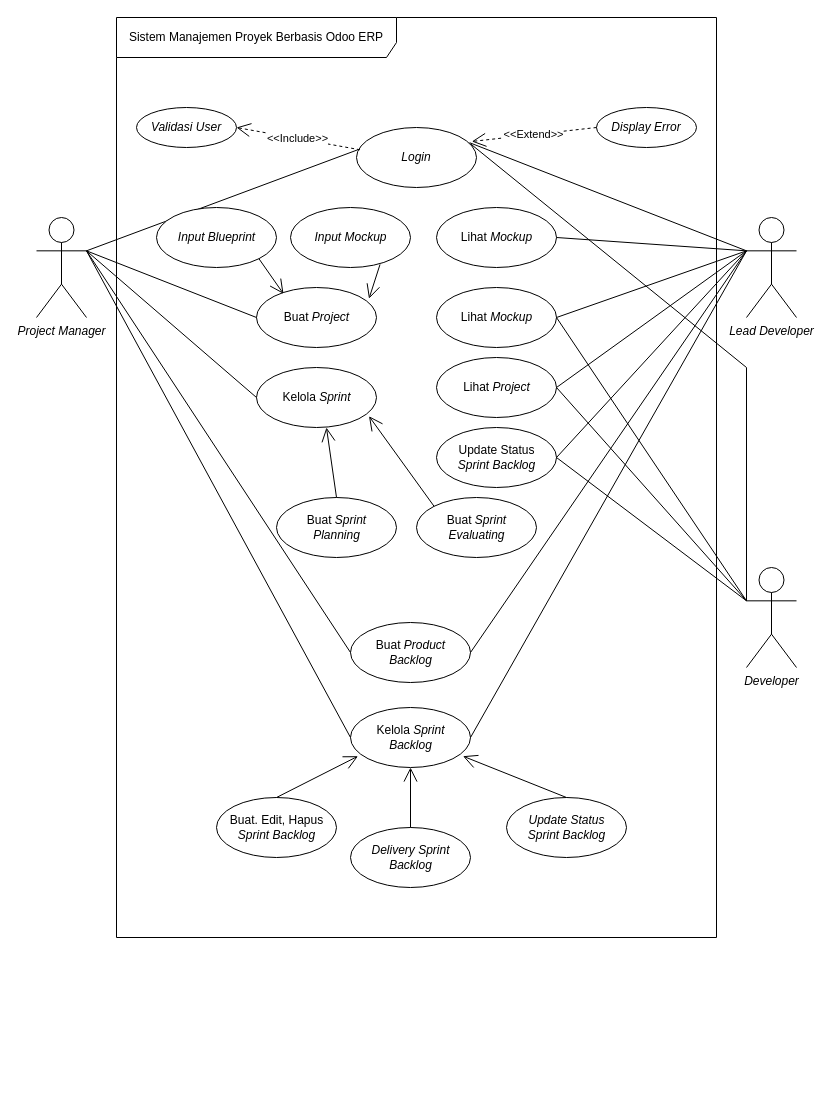
The draw.io diagram Diagram Tanpa Judul.drawio in raldawiyahh/alda-resolusi, before the edit. Source tidied: cells renumbered, new cells numbered last; positions are measured from the earlier drawing's top-left corner, leaving out a move shared by most shapes. Both pictures are drawn from the tidied source at 100%, with x=0, y=0 at pixel (36, 17).
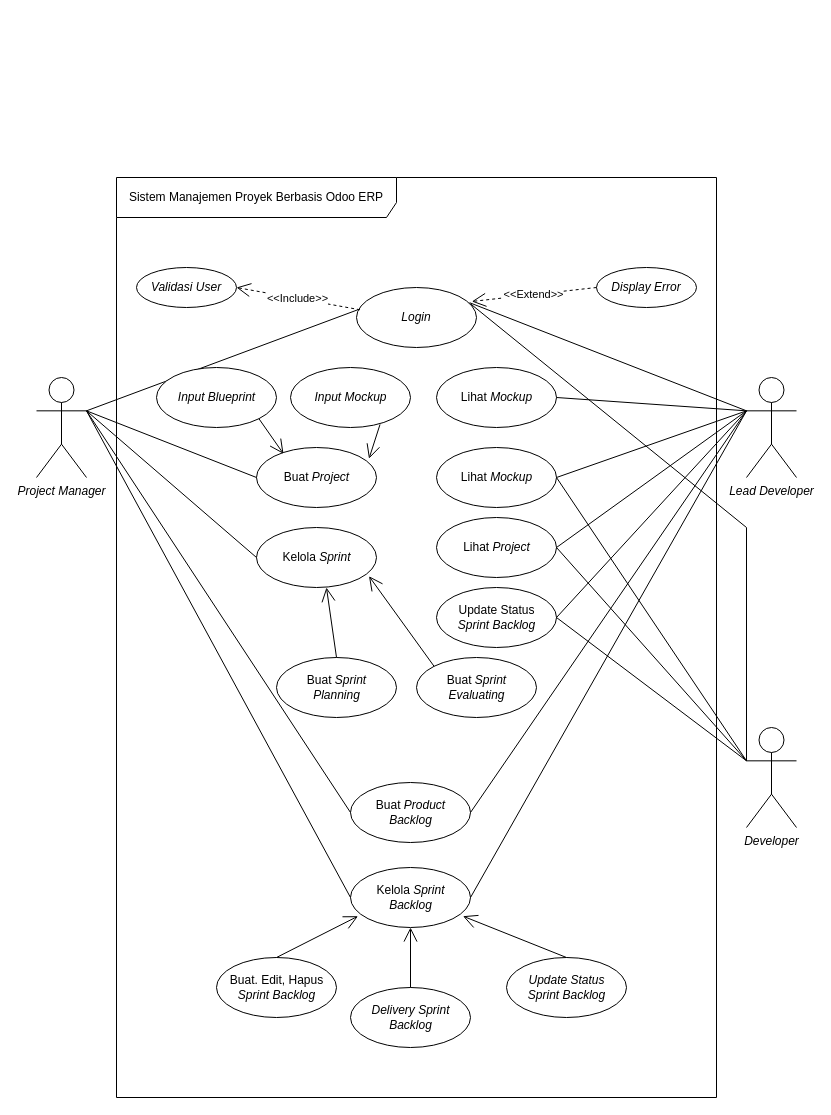
Above is the later version.

Commit message:
Use Case Manajemen Proyek Fiks.drawio

Unchanged cells that the change refers to:
```xml
<mxCell id="4" style="ellipse;whiteSpace=wrap;html=1;" parent="3" vertex="1">
  <mxGeometry width="120" height="60" as="geometry" />
</mxCell>
<mxCell id="5" value="Kelola &lt;i&gt;Sprint&lt;/i&gt;" style="text;html=1;strokeColor=none;fillColor=none;align=center;verticalAlign=middle;whiteSpace=wrap;rounded=0;" parent="3" vertex="1">
  <mxGeometry x="7.5" y="11.2" width="105" height="37.5" as="geometry" />
</mxCell>
<mxCell id="7" style="ellipse;whiteSpace=wrap;html=1;" parent="6" vertex="1">
  <mxGeometry width="120" height="60" as="geometry" />
</mxCell>
<mxCell id="10" style="ellipse;whiteSpace=wrap;html=1;" parent="9" vertex="1">
  <mxGeometry width="120" height="60" as="geometry" />
</mxCell>
<mxCell id="11" value="Kelola &lt;i&gt;Sprint Backlog&lt;/i&gt;" style="text;html=1;strokeColor=none;fillColor=none;align=center;verticalAlign=middle;whiteSpace=wrap;rounded=0;" parent="9" vertex="1">
  <mxGeometry x="7.5" y="11.2" width="105" height="37.5" as="geometry" />
</mxCell>
<mxCell id="13" style="ellipse;whiteSpace=wrap;html=1;" parent="12" vertex="1">
  <mxGeometry width="120" height="60" as="geometry" />
</mxCell>
<mxCell id="14" value="Buat &lt;i&gt;Project&lt;/i&gt;" style="text;html=1;strokeColor=none;fillColor=none;align=center;verticalAlign=middle;whiteSpace=wrap;rounded=0;" parent="12" vertex="1">
  <mxGeometry x="7.5" y="11.2" width="105" height="37.5" as="geometry" />
</mxCell>
<mxCell id="32" style="ellipse;whiteSpace=wrap;html=1;" parent="31" vertex="1">
  <mxGeometry width="120" height="60" as="geometry" />
</mxCell>
<mxCell id="37" style="ellipse;whiteSpace=wrap;html=1;" parent="36" vertex="1">
  <mxGeometry width="120" height="60" as="geometry" />
</mxCell>
<mxCell id="41" style="ellipse;whiteSpace=wrap;html=1;" parent="40" vertex="1">
  <mxGeometry width="120" height="60" as="geometry" />
</mxCell>
<mxCell id="45" style="ellipse;whiteSpace=wrap;html=1;" parent="44" vertex="1">
  <mxGeometry width="120" height="60" as="geometry" />
</mxCell>
<mxCell id="49" style="ellipse;whiteSpace=wrap;html=1;" parent="48" vertex="1">
  <mxGeometry width="120" height="60" as="geometry" />
</mxCell>
<mxCell id="53" style="ellipse;whiteSpace=wrap;html=1;" parent="52" vertex="1">
  <mxGeometry width="120" height="60" as="geometry" />
</mxCell>
<mxCell id="56" style="ellipse;whiteSpace=wrap;html=1;" parent="55" vertex="1">
  <mxGeometry width="120" height="60" as="geometry" />
</mxCell>
<mxCell id="61" style="ellipse;whiteSpace=wrap;html=1;" parent="60" vertex="1">
  <mxGeometry width="120" height="60" as="geometry" />
</mxCell>
<mxCell id="64" style="ellipse;whiteSpace=wrap;html=1;" parent="63" vertex="1">
  <mxGeometry width="120" height="60" as="geometry" />
</mxCell>
<mxCell id="69" style="ellipse;whiteSpace=wrap;html=1;" parent="68" vertex="1">
  <mxGeometry width="120" height="60" as="geometry" />
</mxCell>
<mxCell id="74" style="ellipse;whiteSpace=wrap;html=1;" parent="73" vertex="1">
  <mxGeometry width="120" height="60" as="geometry" />
</mxCell>
```

Diff of the diagram source:
```diff
@@
+    <mxCell id="79" style="group;" parent="1" vertex="1">
+      <mxGeometry y="160" width="760" height="920" as="geometry" />
+    </mxCell>
-    <mxCell id="2" value="&lt;i&gt;Project Manager&lt;/i&gt;" style="shape=umlActor;verticalLabelPosition=bottom;verticalAlign=top;html=1;outlineConnect=0;" parent="1" vertex="1">
+    <mxCell id="2" value="&lt;i&gt;Project Manager&lt;/i&gt;" style="shape=umlActor;verticalLabelPosition=bottom;verticalAlign=top;html=1;outlineConnect=0;" parent="79" vertex="1">
       <mxGeometry y="200" width="50" height="100" as="geometry" />
     </mxCell>
-    <mxCell id="3" style="group;" parent="1" vertex="1">
+    <mxCell id="3" style="group;" parent="79" vertex="1">
       <mxGeometry x="220" y="350" width="120" height="60" as="geometry" />
     </mxCell>
@@
-    <mxCell id="6" style="group;" parent="1" vertex="1">
+    <mxCell id="6" style="group;" parent="79" vertex="1">
       <mxGeometry x="314" y="605" width="120" height="60" as="geometry" />
     </mxCell>
@@
-    <mxCell id="9" style="group;" parent="1" vertex="1">
+    <mxCell id="9" style="group;" parent="79" vertex="1">
       <mxGeometry x="314" y="690" width="120" height="60" as="geometry" />
     </mxCell>
@@
-    <mxCell id="12" style="group;" parent="1" vertex="1">
+    <mxCell id="12" style="group;" parent="79" vertex="1">
       <mxGeometry x="220" y="270" width="120" height="60" as="geometry" />
     </mxCell>
@@
-    <mxCell id="15" value="&lt;i&gt;Login&lt;/i&gt;" style="ellipse;whiteSpace=wrap;html=1;" parent="1" vertex="1">
+    <mxCell id="15" value="&lt;i&gt;Login&lt;/i&gt;" style="ellipse;whiteSpace=wrap;html=1;" parent="79" vertex="1">
       <mxGeometry x="320" y="110" width="120" height="60" as="geometry" />
     </mxCell>
-    <mxCell id="16" value="&lt;i&gt;Lead Developer&lt;br&gt;&lt;/i&gt;" style="shape=umlActor;verticalLabelPosition=bottom;verticalAlign=top;html=1;outlineConnect=0;" parent="1" vertex="1">
+    <mxCell id="16" value="&lt;i&gt;Lead Developer&lt;br&gt;&lt;/i&gt;" style="shape=umlActor;verticalLabelPosition=bottom;verticalAlign=top;html=1;outlineConnect=0;" parent="79" vertex="1">
       <mxGeometry x="710" y="200" width="50" height="100" as="geometry" />
     </mxCell>
-    <mxCell id="17" value="&lt;i&gt;Developer&lt;br&gt;&lt;/i&gt;" style="shape=umlActor;verticalLabelPosition=bottom;verticalAlign=top;html=1;outlineConnect=0;" parent="1" vertex="1">
+    <mxCell id="17" value="&lt;i&gt;Developer&lt;br&gt;&lt;/i&gt;" style="shape=umlActor;verticalLabelPosition=bottom;verticalAlign=top;html=1;outlineConnect=0;" parent="79" vertex="1">
       <mxGeometry x="710" y="550" width="50" height="100" as="geometry" />
     </mxCell>
-    <mxCell id="18" style="endArrow=none;html=1;rounded=0;exitX=1;exitY=0.3333333333333333;exitDx=0;exitDy=0;exitPerimeter=0;entryX=0;entryY=0.5;entryDx=0;entryDy=0;" parent="1" edge="1" source="2" target="13">
+    <mxCell id="18" style="endArrow=none;html=1;rounded=0;exitX=1;exitY=0.3333333333333333;exitDx=0;exitDy=0;exitPerimeter=0;entryX=0;entryY=0.5;entryDx=0;entryDy=0;" parent="79" edge="1" source="2" target="13">
       <mxGeometry relative="1" as="geometry" />
     </mxCell>
-    <mxCell id="19" style="endArrow=none;html=1;rounded=0;exitX=1;exitY=0.3333333333333333;exitDx=0;exitDy=0;exitPerimeter=0;entryX=0;entryY=0.5;entryDx=0;entryDy=0;" parent="1" edge="1" source="2" target="4">
+    <mxCell id="19" style="endArrow=none;html=1;rounded=0;exitX=1;exitY=0.3333333333333333;exitDx=0;exitDy=0;exitPerimeter=0;entryX=0;entryY=0.5;entryDx=0;entryDy=0;" parent="79" edge="1" source="2" target="4">
       <mxGeometry relative="1" as="geometry" />
     </mxCell>
-    <mxCell id="20" style="endArrow=none;html=1;rounded=0;exitX=1;exitY=0.3333333333333333;exitDx=0;exitDy=0;exitPerimeter=0;entryX=0;entryY=0.5;entryDx=0;entryDy=0;" parent="1" edge="1" source="2" target="7">
+    <mxCell id="20" style="endArrow=none;html=1;rounded=0;exitX=1;exitY=0.3333333333333333;exitDx=0;exitDy=0;exitPerimeter=0;entryX=0;entryY=0.5;entryDx=0;entryDy=0;" parent="79" edge="1" source="2" target="7">
       <mxGeometry relative="1" as="geometry" />
     </mxCell>
-    <mxCell id="21" style="endArrow=none;html=1;rounded=0;exitX=1;exitY=0.3333333333333333;exitDx=0;exitDy=0;exitPerimeter=0;entryX=0;entryY=0.5;entryDx=0;entryDy=0;" parent="1" edge="1" source="2" target="10">
+    <mxCell id="21" style="endArrow=none;html=1;rounded=0;exitX=1;exitY=0.3333333333333333;exitDx=0;exitDy=0;exitPerimeter=0;entryX=0;entryY=0.5;entryDx=0;entryDy=0;" parent="79" edge="1" source="2" target="10">
       <mxGeometry relative="1" as="geometry" />
     </mxCell>
-    <mxCell id="22" style="endArrow=none;html=1;rounded=0;exitX=1;exitY=0.3333333333333333;exitDx=0;exitDy=0;exitPerimeter=0;entryX=0.011;entryY=0.371;entryDx=0;entryDy=0;entryPerimeter=0;" parent="1" edge="1" source="2" target="15">
+    <mxCell id="22" style="endArrow=none;html=1;rounded=0;exitX=1;exitY=0.3333333333333333;exitDx=0;exitDy=0;exitPerimeter=0;entryX=0.011;entryY=0.371;entryDx=0;entryDy=0;entryPerimeter=0;" parent="79" edge="1" source="2" target="15">
       <mxGeometry relative="1" as="geometry" />
     </mxCell>
-    <mxCell id="23" style="endArrow=none;html=1;rounded=0;exitX=0;exitY=0.3333333333333333;exitDx=0;exitDy=0;exitPerimeter=0;entryX=0.942;entryY=0.253;entryDx=0;entryDy=0;entryPerimeter=0;" parent="1" edge="1" source="16" target="15">
+    <mxCell id="23" style="endArrow=none;html=1;rounded=0;exitX=0;exitY=0.3333333333333333;exitDx=0;exitDy=0;exitPerimeter=0;entryX=0.942;entryY=0.253;entryDx=0;entryDy=0;entryPerimeter=0;" parent="79" edge="1" source="16" target="15">
       <mxGeometry relative="1" as="geometry" />
     </mxCell>
-    <mxCell id="24" style="endArrow=none;html=1;rounded=0;exitX=0;exitY=0.3333333333333333;exitDx=0;exitDy=0;exitPerimeter=0;entryX=1;entryY=0.5;entryDx=0;entryDy=0;" parent="1" edge="1" source="16" target="7">
+    <mxCell id="24" style="endArrow=none;html=1;rounded=0;exitX=0;exitY=0.3333333333333333;exitDx=0;exitDy=0;exitPerimeter=0;entryX=1;entryY=0.5;entryDx=0;entryDy=0;" parent="79" edge="1" source="16" target="7">
       <mxGeometry relative="1" as="geometry" />
     </mxCell>
-    <mxCell id="25" style="endArrow=none;html=1;rounded=0;exitX=0;exitY=0.3333333333333333;exitDx=0;exitDy=0;exitPerimeter=0;entryX=1;entryY=0.5;entryDx=0;entryDy=0;" parent="1" edge="1" source="16" target="10">
+    <mxCell id="25" style="endArrow=none;html=1;rounded=0;exitX=0;exitY=0.3333333333333333;exitDx=0;exitDy=0;exitPerimeter=0;entryX=1;entryY=0.5;entryDx=0;entryDy=0;" parent="79" edge="1" source="16" target="10">
       <mxGeometry relative="1" as="geometry" />
     </mxCell>
-    <mxCell id="26" value="&lt;i&gt;Display Error&lt;/i&gt;" style="ellipse;whiteSpace=wrap;html=1;align=center;" parent="1" vertex="1">
+    <mxCell id="26" value="&lt;i&gt;Display Error&lt;/i&gt;" style="ellipse;whiteSpace=wrap;html=1;align=center;" parent="79" vertex="1">
       <mxGeometry x="560" y="90" width="100" height="40" as="geometry" />
     </mxCell>
-    <mxCell id="27" value="&lt;i&gt;Validasi User&lt;/i&gt;" style="ellipse;whiteSpace=wrap;html=1;align=center;" parent="1" vertex="1">
+    <mxCell id="27" value="&lt;i&gt;Validasi User&lt;/i&gt;" style="ellipse;whiteSpace=wrap;html=1;align=center;" parent="79" vertex="1">
       <mxGeometry x="100" y="90" width="100" height="40" as="geometry" />
     </mxCell>
-    <mxCell id="28" value="&amp;lt;&amp;lt;Include&amp;gt;&amp;gt;" style="endArrow=open;endSize=12;dashed=1;html=1;rounded=0;entryX=1;entryY=0.5;entryDx=0;entryDy=0;exitX=0.029;exitY=0.371;exitDx=0;exitDy=0;exitPerimeter=0;" parent="1" edge="1" source="15" target="27">
+    <mxCell id="28" value="&amp;lt;&amp;lt;Include&amp;gt;&amp;gt;" style="endArrow=open;endSize=12;dashed=1;html=1;rounded=0;entryX=1;entryY=0.5;entryDx=0;entryDy=0;exitX=0.029;exitY=0.371;exitDx=0;exitDy=0;exitPerimeter=0;" parent="79" edge="1" source="15" target="27">
       <mxGeometry relative="1" as="geometry" />
     </mxCell>
-    <mxCell id="29" value="&amp;lt;&amp;lt;Extend&amp;gt;&amp;gt;" style="endArrow=open;endSize=12;dashed=1;html=1;rounded=0;exitX=0;exitY=0.5;exitDx=0;exitDy=0;entryX=0.961;entryY=0.233;entryDx=0;entryDy=0;entryPerimeter=0;" parent="1" edge="1" source="26" target="15">
+    <mxCell id="29" value="&amp;lt;&amp;lt;Extend&amp;gt;&amp;gt;" style="endArrow=open;endSize=12;dashed=1;html=1;rounded=0;exitX=0;exitY=0.5;exitDx=0;exitDy=0;entryX=0.961;entryY=0.233;entryDx=0;entryDy=0;entryPerimeter=0;" parent="79" edge="1" source="26" target="15">
       <mxGeometry relative="1" as="geometry" />
     </mxCell>
-    <mxCell id="30" style="endArrow=none;html=1;rounded=0;exitX=0;exitY=0.3333333333333333;exitDx=0;exitDy=0;exitPerimeter=0;entryX=0.951;entryY=0.273;entryDx=0;entryDy=0;entryPerimeter=0;" parent="1" edge="1" source="17" target="15">
+    <mxCell id="30" style="endArrow=none;html=1;rounded=0;exitX=0;exitY=0.3333333333333333;exitDx=0;exitDy=0;exitPerimeter=0;entryX=0.951;entryY=0.273;entryDx=0;entryDy=0;entryPerimeter=0;" parent="79" edge="1" source="17" target="15">
       <mxGeometry relative="1" as="geometry">
         <Array as="points">
           <mxPoint x="710" y="350" />
         </Array>
       </mxGeometry>
     </mxCell>
-    <mxCell id="31" style="group;" parent="1" vertex="1">
+    <mxCell id="31" style="group;" parent="79" vertex="1">
       <mxGeometry x="400" y="340" width="120" height="60" as="geometry" />
     </mxCell>
@@
-    <mxCell id="34" style="endArrow=none;html=1;rounded=0;exitX=0;exitY=0.3333333333333333;exitDx=0;exitDy=0;exitPerimeter=0;entryX=1;entryY=0.5;entryDx=0;entryDy=0;" parent="1" edge="1" source="17" target="32">
+    <mxCell id="34" style="endArrow=none;html=1;rounded=0;exitX=0;exitY=0.3333333333333333;exitDx=0;exitDy=0;exitPerimeter=0;entryX=1;entryY=0.5;entryDx=0;entryDy=0;" parent="79" edge="1" source="17" target="32">
       <mxGeometry relative="1" as="geometry" />
     </mxCell>
-    <mxCell id="35" style="endArrow=none;html=1;rounded=0;exitX=0;exitY=0.3333333333333333;exitDx=0;exitDy=0;exitPerimeter=0;entryX=1;entryY=0.5;entryDx=0;entryDy=0;" parent="1" edge="1" source="16" target="32">
+    <mxCell id="35" style="endArrow=none;html=1;rounded=0;exitX=0;exitY=0.3333333333333333;exitDx=0;exitDy=0;exitPerimeter=0;entryX=1;entryY=0.5;entryDx=0;entryDy=0;" parent="79" edge="1" source="16" target="32">
       <mxGeometry relative="1" as="geometry" />
     </mxCell>
-    <mxCell id="36" style="group;" parent="1" vertex="1">
+    <mxCell id="36" style="group;" parent="79" vertex="1">
       <mxGeometry x="400" y="410" width="120" height="60" as="geometry" />
     </mxCell>
@@
-    <mxCell id="39" style="endArrow=none;html=1;rounded=0;exitX=0;exitY=0.3333333333333333;exitDx=0;exitDy=0;exitPerimeter=0;entryX=1;entryY=0.5;entryDx=0;entryDy=0;" parent="1" edge="1" source="17" target="37">
+    <mxCell id="39" style="endArrow=none;html=1;rounded=0;exitX=0;exitY=0.3333333333333333;exitDx=0;exitDy=0;exitPerimeter=0;entryX=1;entryY=0.5;entryDx=0;entryDy=0;" parent="79" edge="1" source="17" target="37">
       <mxGeometry relative="1" as="geometry" />
     </mxCell>
-    <mxCell id="40" style="group;" parent="1" vertex="1">
+    <mxCell id="40" style="group;" parent="79" vertex="1">
       <mxGeometry x="180" y="780" width="120" height="60" as="geometry" />
     </mxCell>
@@
-    <mxCell id="43" style="endArrow=open;endFill=1;endSize=12;html=1;rounded=0;exitX=0.5;exitY=0;exitDx=0;exitDy=0;entryX=0;entryY=1;entryDx=0;entryDy=0;" parent="1" edge="1" source="41" target="11">
+    <mxCell id="43" style="endArrow=open;endFill=1;endSize=12;html=1;rounded=0;exitX=0.5;exitY=0;exitDx=0;exitDy=0;entryX=0;entryY=1;entryDx=0;entryDy=0;" parent="79" edge="1" source="41" target="11">
       <mxGeometry relative="1" as="geometry" />
     </mxCell>
-    <mxCell id="44" style="group;" parent="1" vertex="1">
+    <mxCell id="44" style="group;" parent="79" vertex="1">
       <mxGeometry x="314" y="810" width="120" height="60" as="geometry" />
     </mxCell>
@@
-    <mxCell id="47" style="endArrow=open;endFill=1;endSize=12;html=1;rounded=0;exitX=0.5;exitY=0;exitDx=0;exitDy=0;entryX=0.5;entryY=1;entryDx=0;entryDy=0;" parent="1" edge="1" source="45" target="10">
+    <mxCell id="47" style="endArrow=open;endFill=1;endSize=12;html=1;rounded=0;exitX=0.5;exitY=0;exitDx=0;exitDy=0;entryX=0.5;entryY=1;entryDx=0;entryDy=0;" parent="79" edge="1" source="45" target="10">
       <mxGeometry relative="1" as="geometry" />
     </mxCell>
-    <mxCell id="48" style="group;" parent="1" vertex="1">
+    <mxCell id="48" style="group;" parent="79" vertex="1">
       <mxGeometry x="470" y="780" width="120" height="60" as="geometry" />
     </mxCell>
@@
-    <mxCell id="51" style="endArrow=open;endFill=1;endSize=12;html=1;rounded=0;exitX=0.5;exitY=0;exitDx=0;exitDy=0;entryX=1;entryY=1;entryDx=0;entryDy=0;" parent="1" edge="1" source="49" target="11">
+    <mxCell id="51" style="endArrow=open;endFill=1;endSize=12;html=1;rounded=0;exitX=0.5;exitY=0;exitDx=0;exitDy=0;entryX=1;entryY=1;entryDx=0;entryDy=0;" parent="79" edge="1" source="49" target="11">
       <mxGeometry relative="1" as="geometry" />
     </mxCell>
-    <mxCell id="52" style="group;" parent="1" vertex="1">
+    <mxCell id="52" style="group;" parent="79" vertex="1">
       <mxGeometry x="240" y="480" width="120" height="60" as="geometry" />
     </mxCell>
@@
-    <mxCell id="55" style="group;" parent="1" vertex="1">
+    <mxCell id="55" style="group;" parent="79" vertex="1">
       <mxGeometry x="380" y="480" width="120" height="60" as="geometry" />
     </mxCell>
@@
-    <mxCell id="58" style="endArrow=open;endFill=1;endSize=12;html=1;rounded=0;exitX=0.5;exitY=0;exitDx=0;exitDy=0;entryX=0.583;entryY=1;entryDx=0;entryDy=0;entryPerimeter=0;" parent="1" edge="1" source="53" target="4">
+    <mxCell id="58" style="endArrow=open;endFill=1;endSize=12;html=1;rounded=0;exitX=0.5;exitY=0;exitDx=0;exitDy=0;entryX=0.583;entryY=1;entryDx=0;entryDy=0;entryPerimeter=0;" parent="79" edge="1" source="53" target="4">
       <mxGeometry relative="1" as="geometry" />
     </mxCell>
-    <mxCell id="59" style="endArrow=open;endFill=1;endSize=12;html=1;rounded=0;exitX=0;exitY=0;exitDx=0;exitDy=0;entryX=1;entryY=1;entryDx=0;entryDy=0;" parent="1" edge="1" source="56" target="5">
+    <mxCell id="59" style="endArrow=open;endFill=1;endSize=12;html=1;rounded=0;exitX=0;exitY=0;exitDx=0;exitDy=0;entryX=1;entryY=1;entryDx=0;entryDy=0;" parent="79" edge="1" source="56" target="5">
       <mxGeometry relative="1" as="geometry" />
     </mxCell>
-    <mxCell id="60" style="group;" parent="1" vertex="1">
+    <mxCell id="60" style="group;" parent="79" vertex="1">
       <mxGeometry x="254" y="190" width="120" height="60" as="geometry" />
     </mxCell>
@@
-    <mxCell id="63" style="group;" parent="1" vertex="1">
+    <mxCell id="63" style="group;" parent="79" vertex="1">
       <mxGeometry x="120" y="190" width="120" height="60" as="geometry" />
     </mxCell>
@@
-    <mxCell id="66" style="endArrow=open;endFill=1;endSize=12;html=1;rounded=0;exitX=1;exitY=1;exitDx=0;exitDy=0;entryX=0.225;entryY=0.106;entryDx=0;entryDy=0;entryPerimeter=0;" parent="1" edge="1" source="64" target="13">
+    <mxCell id="66" style="endArrow=open;endFill=1;endSize=12;html=1;rounded=0;exitX=1;exitY=1;exitDx=0;exitDy=0;entryX=0.225;entryY=0.106;entryDx=0;entryDy=0;entryPerimeter=0;" parent="79" edge="1" source="64" target="13">
       <mxGeometry relative="1" as="geometry" />
     </mxCell>
-    <mxCell id="67" style="endArrow=open;endFill=1;endSize=12;html=1;rounded=0;exitX=0.746;exitY=0.949;exitDx=0;exitDy=0;entryX=1;entryY=0;entryDx=0;entryDy=0;exitPerimeter=0;" parent="1" edge="1" source="61" target="14">
+    <mxCell id="67" style="endArrow=open;endFill=1;endSize=12;html=1;rounded=0;exitX=0.746;exitY=0.949;exitDx=0;exitDy=0;entryX=1;entryY=0;entryDx=0;entryDy=0;exitPerimeter=0;" parent="79" edge="1" source="61" target="14">
       <mxGeometry relative="1" as="geometry" />
     </mxCell>
-    <mxCell id="68" style="group;" parent="1" vertex="1">
+    <mxCell id="68" style="group;" parent="79" vertex="1">
       <mxGeometry x="400" y="270" width="120" height="60" as="geometry" />
     </mxCell>
@@
-    <mxCell id="71" style="endArrow=none;html=1;rounded=0;exitX=0;exitY=0.3333333333333333;exitDx=0;exitDy=0;exitPerimeter=0;entryX=1;entryY=0.5;entryDx=0;entryDy=0;" parent="1" edge="1" source="16" target="69">
+    <mxCell id="71" style="endArrow=none;html=1;rounded=0;exitX=0;exitY=0.3333333333333333;exitDx=0;exitDy=0;exitPerimeter=0;entryX=1;entryY=0.5;entryDx=0;entryDy=0;" parent="79" edge="1" source="16" target="69">
       <mxGeometry relative="1" as="geometry" />
     </mxCell>
-    <mxCell id="72" style="endArrow=none;html=1;rounded=0;exitX=0;exitY=0.3333333333333333;exitDx=0;exitDy=0;exitPerimeter=0;entryX=1;entryY=0.5;entryDx=0;entryDy=0;" parent="1" edge="1" source="17" target="69">
+    <mxCell id="72" style="endArrow=none;html=1;rounded=0;exitX=0;exitY=0.3333333333333333;exitDx=0;exitDy=0;exitPerimeter=0;entryX=1;entryY=0.5;entryDx=0;entryDy=0;" parent="79" edge="1" source="17" target="69">
       <mxGeometry relative="1" as="geometry" />
     </mxCell>
-    <mxCell id="73" style="group;" parent="1" vertex="1">
+    <mxCell id="73" style="group;" parent="79" vertex="1">
       <mxGeometry x="400" y="190" width="120" height="60" as="geometry" />
     </mxCell>
@@
-    <mxCell id="76" style="endArrow=none;html=1;rounded=0;exitX=0;exitY=0.3333333333333333;exitDx=0;exitDy=0;exitPerimeter=0;entryX=1;entryY=0.5;entryDx=0;entryDy=0;" parent="1" edge="1" source="16" target="37">
+    <mxCell id="76" style="endArrow=none;html=1;rounded=0;exitX=0;exitY=0.3333333333333333;exitDx=0;exitDy=0;exitPerimeter=0;entryX=1;entryY=0.5;entryDx=0;entryDy=0;" parent="79" edge="1" source="16" target="37">
       <mxGeometry relative="1" as="geometry" />
     </mxCell>
-    <mxCell id="77" style="endArrow=none;html=1;rounded=0;exitX=0;exitY=0.3333333333333333;exitDx=0;exitDy=0;exitPerimeter=0;entryX=1;entryY=0.5;entryDx=0;entryDy=0;" parent="1" edge="1" source="16" target="74">
+    <mxCell id="77" style="endArrow=none;html=1;rounded=0;exitX=0;exitY=0.3333333333333333;exitDx=0;exitDy=0;exitPerimeter=0;entryX=1;entryY=0.5;entryDx=0;entryDy=0;" parent="79" edge="1" source="16" target="74">
       <mxGeometry relative="1" as="geometry" />
     </mxCell>
-    <mxCell id="78" value="Sistem Manajemen Proyek Berbasis Odoo ERP" style="shape=umlFrame;whiteSpace=wrap;html=1;width=280;height=40;" parent="1" vertex="1">
+    <mxCell id="78" value="Sistem Manajemen Proyek Berbasis Odoo ERP" style="shape=umlFrame;whiteSpace=wrap;html=1;width=280;height=40;" parent="79" vertex="1">
       <mxGeometry x="80" width="600" height="920" as="geometry" />
     </mxCell>
```
